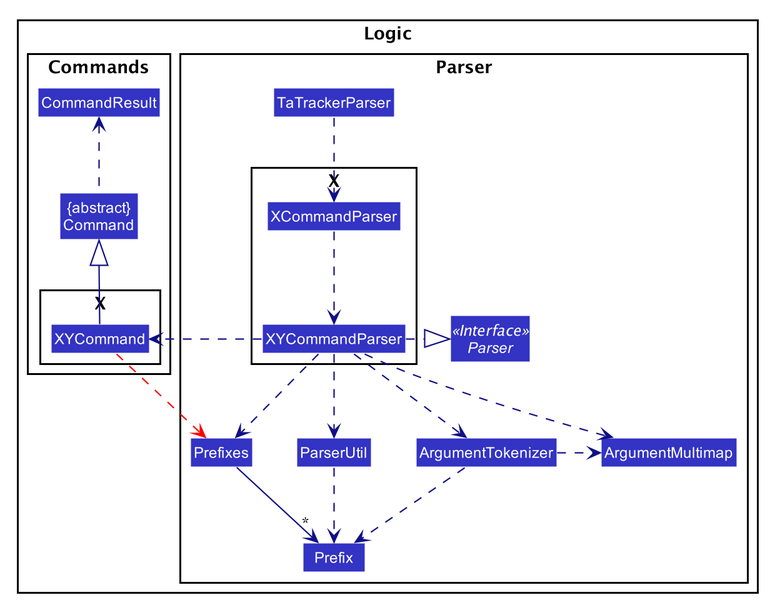
Before: docs/images/LogicClassDiagram2.png, a diagram exported from PlantUML (nus-cs2103-AY1920S2/addressbook-level3).
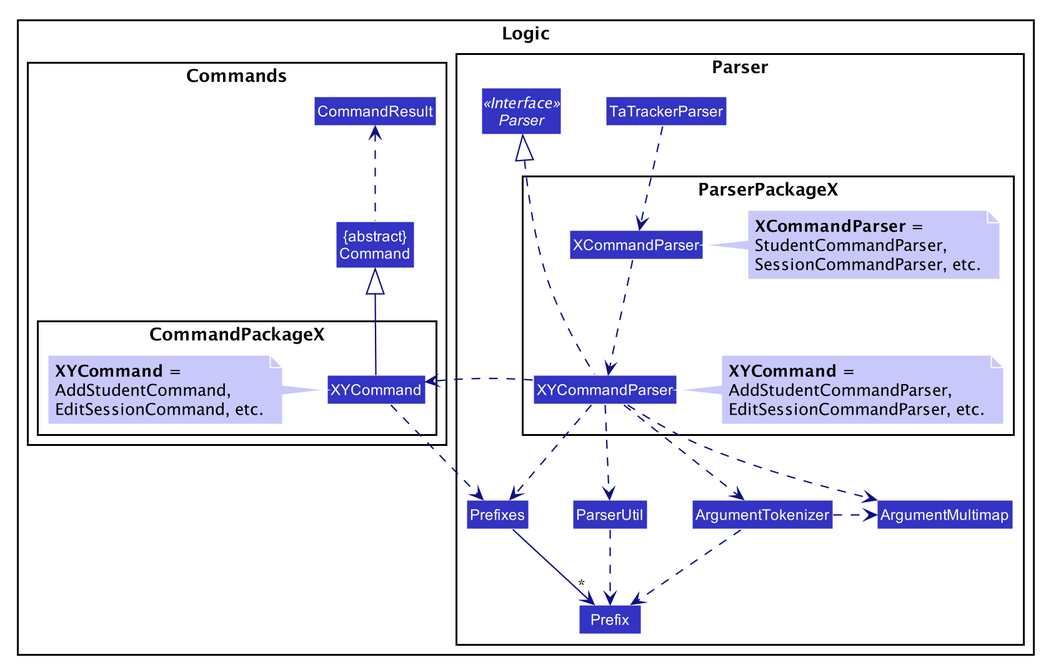
Above is the later version.

Commit message:
Update Logic component in DG

Diff of the diagram source:
```diff
@@ -50,23 +50,37 @@
 skinparam arrowThickness 1.1
 skinparam arrowColor #101086
 skinparam classBackgroundColor #3333C4
+skinparam noteBackgroundColor #C8C8FA
+skinparam noteBorderColor LOGIC_COLOR_1
 
 package Logic {
     package Parser as ParserPkg {
 
+
         Class TaTrackerParser
         Interface Parser <<Interface>>
 
+        package ParserPackageX {
+            Class XCommandParser
+            note right of XCommandParser
+            <b>XCommandParser</b> =
+            StudentCommandParser,
+            SessionCommandParser, etc.
+            end note
 
-        package X as ModelParser {
-            Class XCommandParser
             Class XYCommandParser
+            note right of XYCommandParser
+            <b>XYCommand</b> =
+            AddStudentCommandParser,
+            EditSessionCommandParser, etc.
+            end note
 
             TaTrackerParser .down.> XCommandParser
             XCommandParser .down.> XYCommandParser
         }
 
-        XYCommandParser .right.|> Parser
+        XYCommandParser .left.|> Parser
+        Parser .right[hidden].> TaTrackerParser
 
         Class Prefix
 
@@ -79,6 +93,7 @@
 
 
         Prefixes -right[hidden]- ParserUtil
+        ParserUtil -right[hidden]- ArgumentMultimap
 
         XYCommandParser .down.> ArgumentMultimap
         XYCommandParser .down.> ArgumentTokenizer
@@ -92,8 +107,16 @@
         Prefixes -down-> "*" Prefix
     }
 
-    package Commands as ModelCommand {
-        package X {
+    package Commands as CommandsPkg {
+
+
+
+        package CommandPackageX {
+            note left of XYCommand
+            <b>XYCommand</b> =
+            AddStudentCommand,
+            EditSessionCommand, etc.
+            end note
             Class XYCommand
         }
 
@@ -103,7 +126,7 @@
         Command .up.> CommandResult
         XYCommand -up-|> Command
 
-        XYCommand .down[#Red].> Prefixes
+        XYCommand .down[#101086].> Prefixes
     }
 
     XYCommandParser .right.> XYCommand
```
